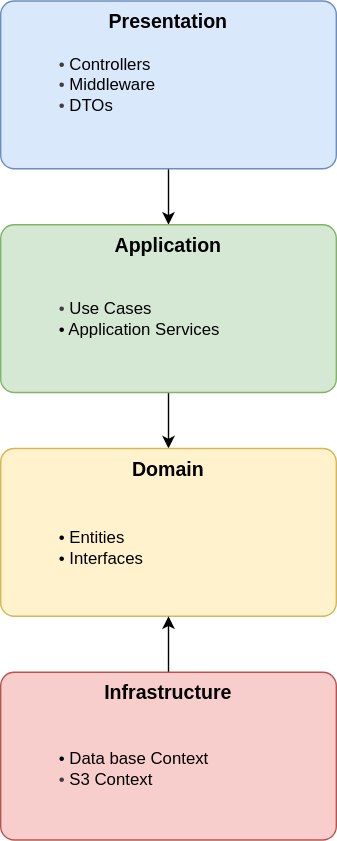
This is docs/assets/diagrams/clean-architecture/clean-architecture.svg from TeleManga/docs, a draw.io export, as it was before one commit. Source tidied: cells renumbered, new cells last; positions are measured from the earlier drawing's top-left corner, leaving out a move shared by most shapes.
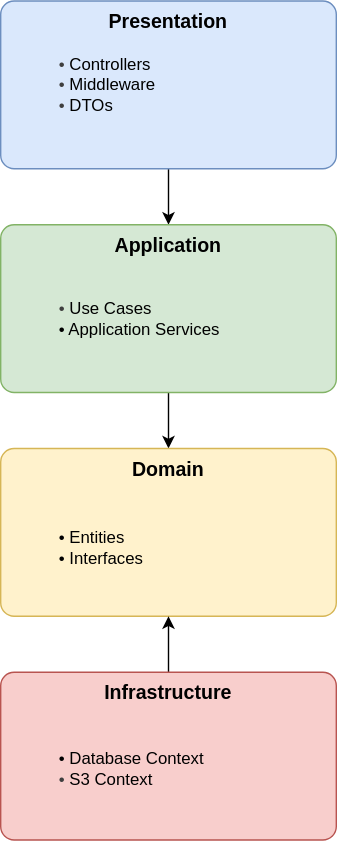
Above is the later version.

Commit message:
fix/6/refactor-erd-and-clean-architecture-synhrinize-technical-description

Change to the diagram source:
```diff
@@ -32,7 +32,7 @@
     <mxCell id="11" value="Infrastructure" style="rounded=1;whiteSpace=wrap;html=1;fillColor=#f8cecc;strokeColor=#b85450;fontStyle=1;fontSize=14;verticalAlign=top;arcSize=8;" parent="1" vertex="1">
       <mxGeometry y="480" width="240" height="120" as="geometry" />
     </mxCell>
-    <mxCell id="12" value="&lt;font style=&quot;color: rgb(0, 0, 0);&quot;&gt;&lt;span&gt;•&amp;nbsp;&lt;/span&gt;Data base Context&lt;/font&gt;&lt;div&gt;&lt;font&gt;&lt;span style=&quot;color: rgb(63, 63, 63); background-color: transparent;&quot;&gt;•&amp;nbsp;&lt;/span&gt;&lt;span style=&quot;background-color: transparent;&quot;&gt;&lt;font style=&quot;color: rgb(0, 0, 0);&quot;&gt;S3 Context&lt;/font&gt;&lt;/span&gt;&lt;/font&gt;&lt;/div&gt;" style="text;html=1;align=left;verticalAlign=middle;strokeColor=none;fillColor=none;fontSize=12;fontColor=#666666;" parent="11" vertex="1">
+    <mxCell id="12" value="&lt;font style=&quot;color: rgb(0, 0, 0);&quot;&gt;&lt;span&gt;•&amp;nbsp;&lt;/span&gt;Database Context&lt;/font&gt;&lt;div&gt;&lt;font&gt;&lt;span style=&quot;color: rgb(63, 63, 63); background-color: transparent;&quot;&gt;•&amp;nbsp;&lt;/span&gt;&lt;span style=&quot;background-color: transparent;&quot;&gt;&lt;font style=&quot;color: rgb(0, 0, 0);&quot;&gt;S3 Context&lt;/font&gt;&lt;/span&gt;&lt;/font&gt;&lt;/div&gt;" style="text;html=1;align=left;verticalAlign=middle;strokeColor=none;fillColor=none;fontSize=12;fontColor=#666666;" parent="11" vertex="1">
       <mxGeometry x="40" y="48.8" width="130" height="40" as="geometry" />
     </mxCell>
   </root>
```
